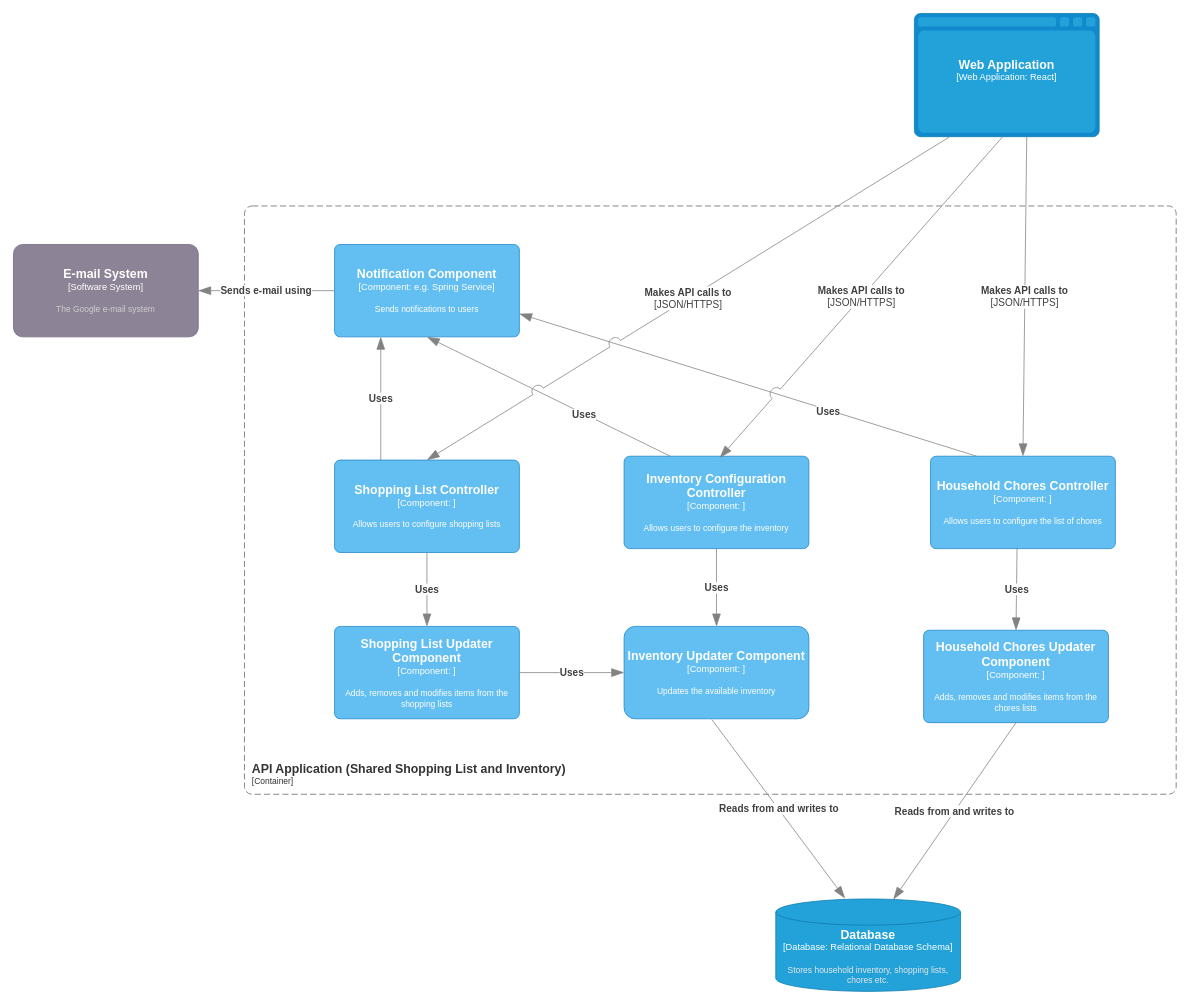
LauraC360/SHMS_ProiectIP keeps this draw.io diagram as Docs/Diagrams/Level 3/Shared_Shopping_List_and_Inventory.drawio. Above is the earlier version. Source tidied: cells renumbered, new cells numbered last; positions are measured from the earlier drawing's top-left corner, leaving out a move shared by most shapes. Both pictures are drawn from the tidied source at 77%, with x=0, y=0 at pixel (13, 13).
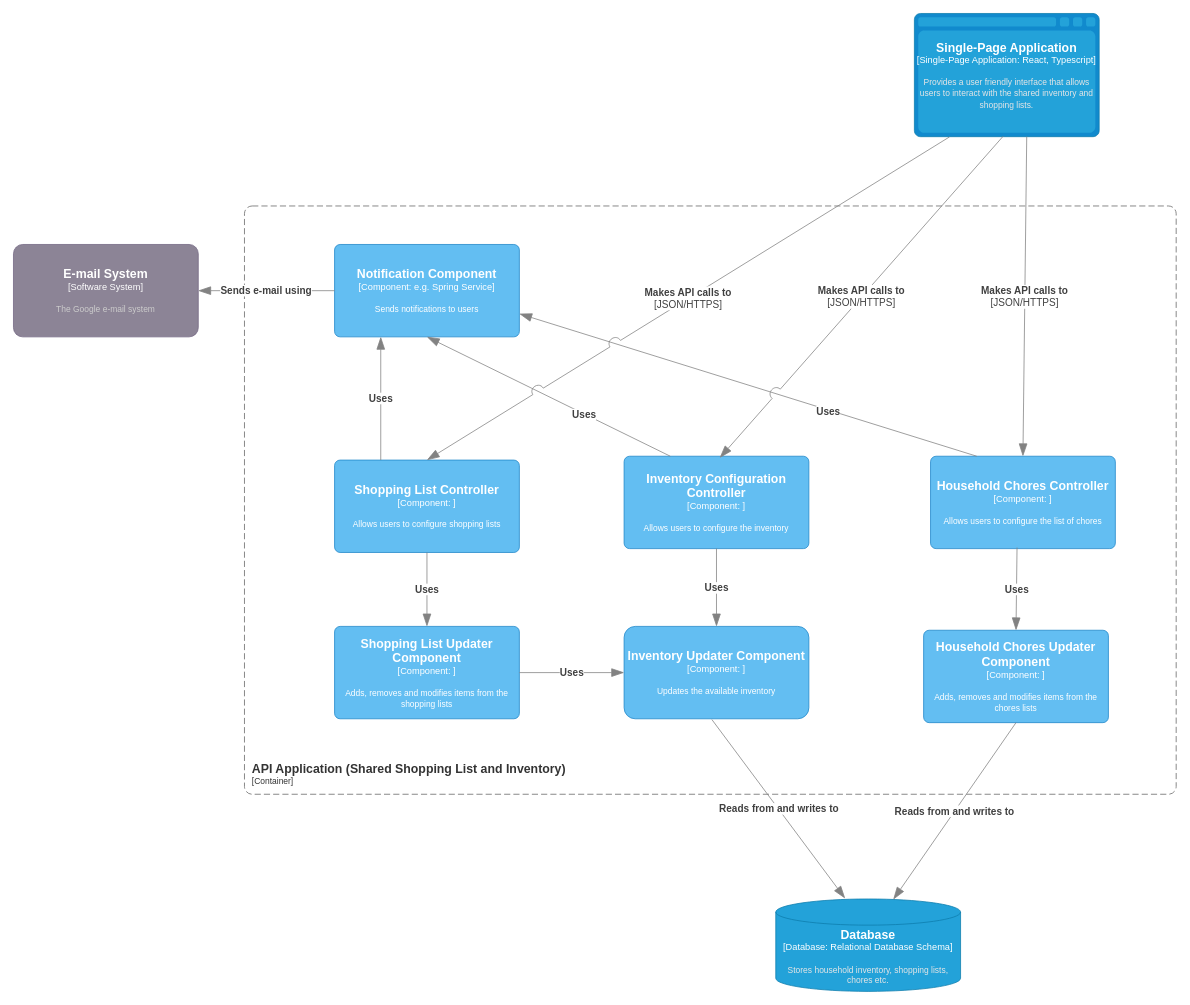
Above is the later version.

Diff of the diagram source:
```diff
@@
-    <object id="2" label="&lt;font style=&quot;font-size: 16px&quot;&gt;&lt;b&gt;%c4Type%&lt;/b&gt;&lt;/font&gt;&lt;div&gt;[%c4Type%:&amp;nbsp;%c4Technology%]&lt;/div&gt;&lt;br&gt;&lt;div&gt;&lt;font style=&quot;font-size: 11px&quot;&gt;&lt;font color=&quot;#E6E6E6&quot;&gt;%c4Description%&lt;/font&gt;&lt;/div&gt;" c4Description="" c4Technology="React" c4Type="Web Application" placeholders="1">
+    <object id="2" label="&lt;font style=&quot;font-size: 16px&quot;&gt;&lt;b&gt;%c4Type%&lt;/b&gt;&lt;/font&gt;&lt;div&gt;[%c4Type%:&amp;nbsp;%c4Technology%]&lt;/div&gt;&lt;br&gt;&lt;div&gt;&lt;font style=&quot;font-size: 11px&quot;&gt;&lt;font color=&quot;#E6E6E6&quot;&gt;%c4Description%&lt;/font&gt;&lt;/div&gt;" c4Description="Provides a user friendly interface that allows users to interact with the shared inventory and shopping lists." c4Technology="React, Typescript" c4Type="Single-Page Application" placeholders="1">
       <mxCell style="shape=mxgraph.c4.webBrowserContainer2;whiteSpace=wrap;html=1;boundedLbl=1;rounded=0;labelBackgroundColor=none;strokeColor=#118ACD;fillColor=#23A2D9;strokeColor=#118ACD;strokeColor2=#0E7DAD;fontSize=12;fontColor=#ffffff;align=center;points=[[0.5,0,0],[1,0.25,0],[1,0.5,0],[1,0.75,0],[0.5,1,0],[0,0.75,0],[0,0.5,0],[0,0.25,0]];" parent="1" vertex="1">
         <mxGeometry x="1170" width="240" height="160" as="geometry" />
       </mxCell>
     </object>
```
